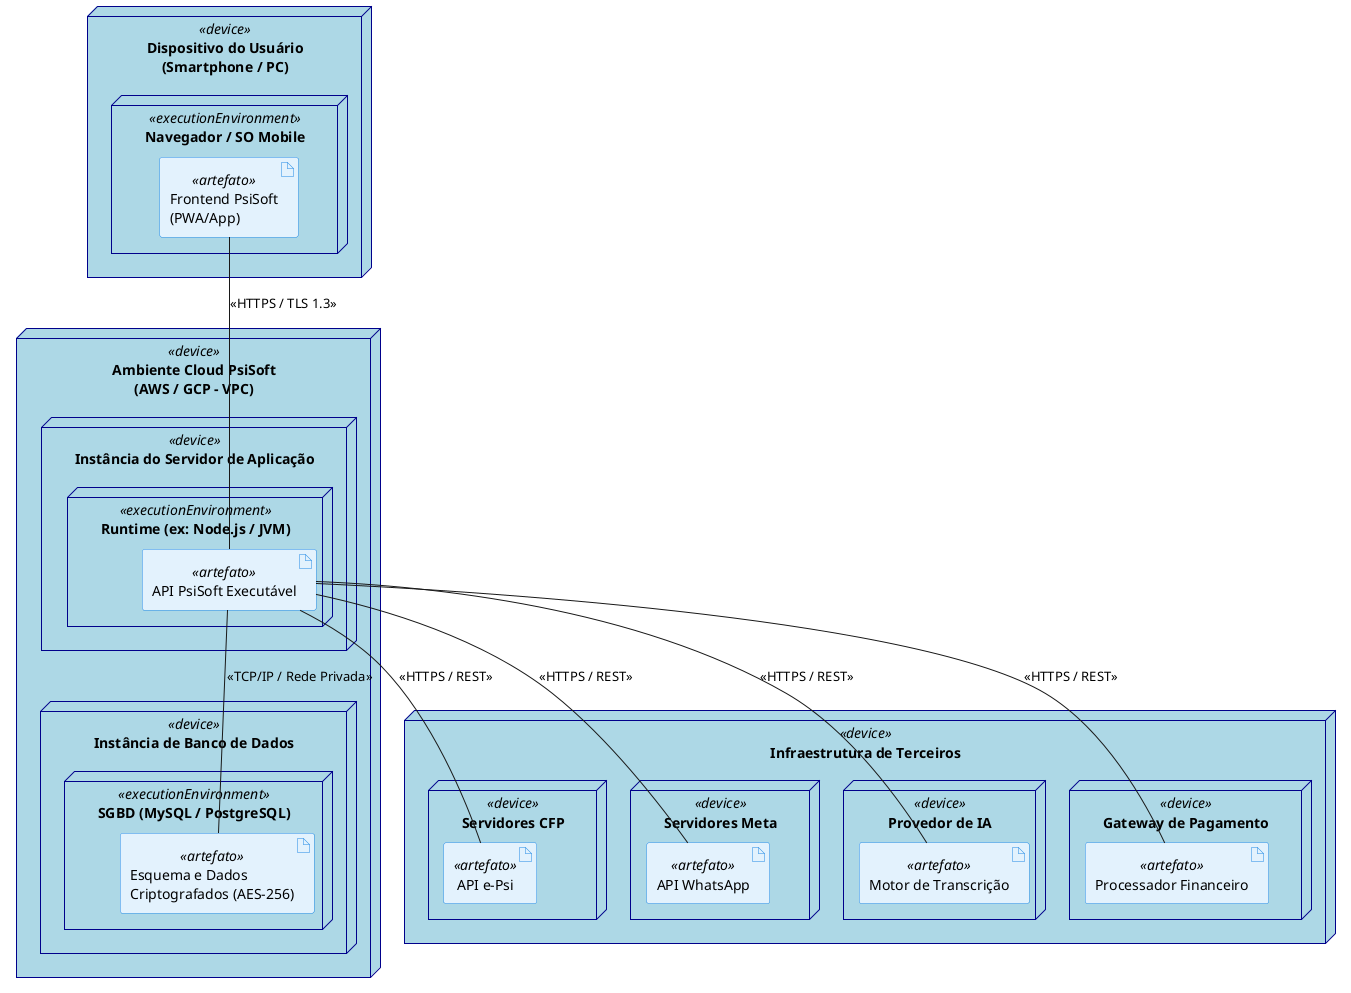
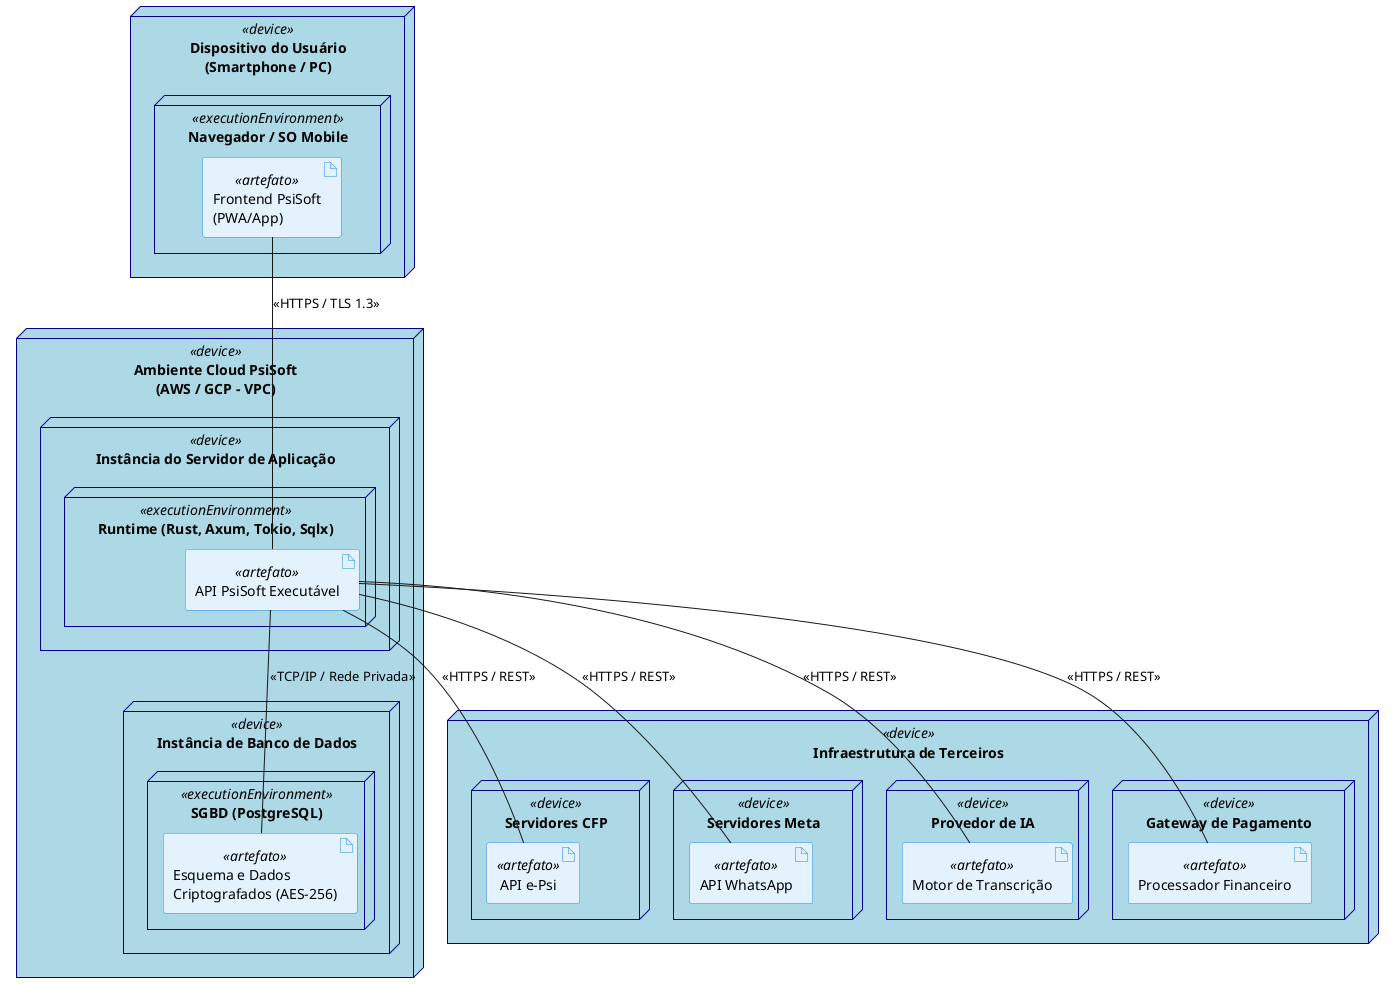
@startuml
' Configurações visuais
skinparam node {
    BackgroundColor LightBlue
    BorderColor DarkBlue
}
skinparam artifact {
    BackgroundColor #E3F2FD
    BorderColor #1E88E5
}

' 1. Lado do Cliente
node "Dispositivo do Usuário\n(Smartphone / PC)" as Cliente <<device>> {
    node "Navegador / SO Mobile" <<executionEnvironment>> {
        artifact "Frontend PsiSoft\n(PWA/App)" as UI <<artefato>>
    }
}

' 2. Infraestrutura Principal (A Nuvem)
node "Ambiente Cloud PsiSoft\n(AWS / GCP - VPC)" as Nuvem <<device>> {

    node "Instância do Servidor de Aplicação" as Backend <<device>> {
-         node "Runtime (ex: Node.js / JVM)" <<executionEnvironment>> {
+         node "Runtime (Rust, Axum, Tokio, Sqlx)" <<executionEnvironment>> {
            artifact "API PsiSoft Executável" as API <<artefato>>
        }
    }

    node "Instância de Banco de Dados" as DBServer <<device>> {
-         node "SGBD (MySQL / PostgreSQL)" <<executionEnvironment>> {
+         node "SGBD (PostgreSQL)" <<executionEnvironment>> {
            artifact "Esquema e Dados\nCriptografados (AES-256)" as Dados <<artefato>>
        }
    }
}

' 3. Serviços de Terceiros
node "Infraestrutura de Terceiros" as Terceiros <<device>> {

    node "Servidores CFP" <<device>> {
        artifact "API e-Psi" as ePsi <<artefato>>
    }

    node "Servidores Meta" <<device>> {
        artifact "API WhatsApp" as Wpp <<artefato>>
    }

    node "Provedor de IA" <<device>> {
        artifact "Motor de Transcrição" as IA <<artefato>>
    }

    node "Gateway de Pagamento" <<device>> {
        artifact "Processador Financeiro" as Pgto <<artefato>>
    }
}

' ==========================================
' Caminhos de Comunicação (Associações Físicas)
' ==========================================

' Comunicação Interna e Cliente
UI -- API : <<HTTPS / TLS 1.3>>
API -- Dados : <<TCP/IP / Rede Privada>>

' Integrações Externas
API -- ePsi : <<HTTPS / REST>>
API -- Wpp : <<HTTPS / REST>>
API -- IA : <<HTTPS / REST>>
API -- Pgto : <<HTTPS / REST>>

@enduml